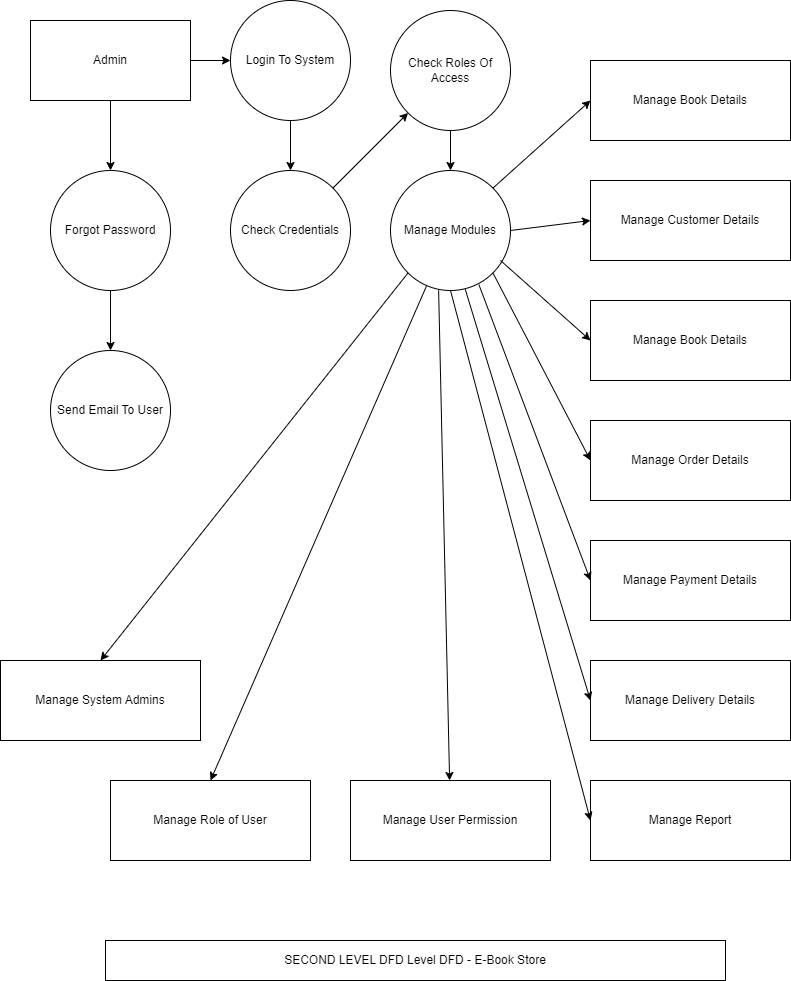
prathamjc/TY-project keeps this draw.io diagram as Diagrams/Second Level DFD.png. Above is the earlier version. Source tidied: cells renumbered, new cells last; positions are measured from the earlier drawing's top-left corner, leaving out a move shared by most shapes.
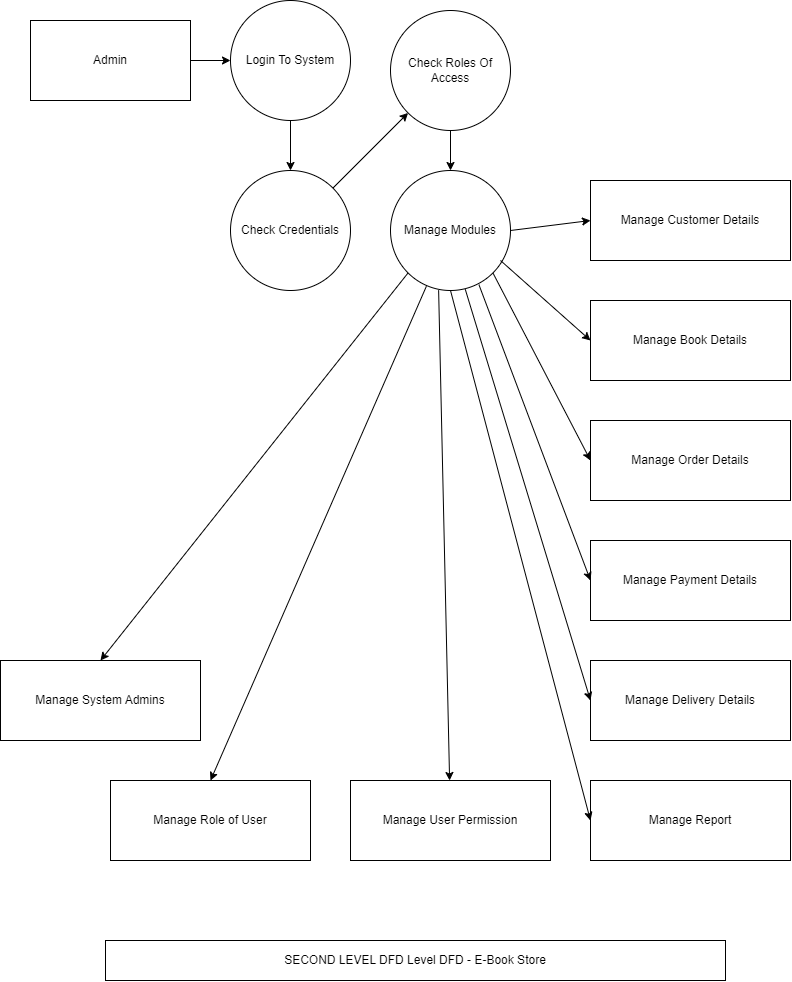
The same diagram one commit later.

The edit, as a diff of the source:
```diff
@@ -5,21 +5,9 @@
     <mxCell id="2" style="edgeStyle=orthogonalEdgeStyle;rounded=0;jettySize=auto;html=1;" parent="1" edge="1" source="4" target="9">
       <mxGeometry relative="1" as="geometry" />
     </mxCell>
-    <mxCell id="3" style="edgeStyle=orthogonalEdgeStyle;rounded=0;jettySize=auto;html=1;" parent="1" edge="1" source="4" target="6">
-      <mxGeometry relative="1" as="geometry" />
-    </mxCell>
     <mxCell id="4" value="Admin" style="rounded=0;whiteSpace=wrap;html=1;" parent="1" vertex="1">
       <mxGeometry x="30" y="20" width="160" height="80" as="geometry" />
     </mxCell>
-    <mxCell id="5" style="edgeStyle=orthogonalEdgeStyle;rounded=0;jettySize=auto;html=1;" parent="1" edge="1" source="6" target="7">
-      <mxGeometry relative="1" as="geometry" />
-    </mxCell>
-    <mxCell id="6" value="Forgot Password" style="ellipse;whiteSpace=wrap;html=1;" parent="1" vertex="1">
-      <mxGeometry x="50" y="170" width="120" height="120" as="geometry" />
-    </mxCell>
-    <mxCell id="7" value="Send Email To User" style="ellipse;whiteSpace=wrap;html=1;" parent="1" vertex="1">
-      <mxGeometry x="50" y="350" width="120" height="120" as="geometry" />
-    </mxCell>
     <mxCell id="8" style="edgeStyle=orthogonalEdgeStyle;rounded=0;jettySize=auto;html=1;" parent="1" edge="1" source="9" target="10">
       <mxGeometry relative="1" as="geometry" />
     </mxCell>
@@ -41,9 +29,6 @@
     <mxCell id="14" value="Manage Modules" style="ellipse;whiteSpace=wrap;html=1;" parent="1" vertex="1">
       <mxGeometry x="390" y="170" width="120" height="120" as="geometry" />
     </mxCell>
-    <mxCell id="15" value="Manage Book Details" style="rounded=0;whiteSpace=wrap;html=1;" parent="1" vertex="1">
-      <mxGeometry x="590" y="60" width="200" height="80" as="geometry" />
-    </mxCell>
     <mxCell id="16" value="Manage Customer Details" style="rounded=0;whiteSpace=wrap;html=1;" parent="1" vertex="1">
       <mxGeometry x="590" y="180" width="200" height="80" as="geometry" />
     </mxCell>
@@ -71,9 +56,6 @@
     <mxCell id="24" value="Manage System Admins" style="rounded=0;whiteSpace=wrap;html=1;" parent="1" vertex="1">
       <mxGeometry y="660" width="200" height="80" as="geometry" />
     </mxCell>
-    <mxCell id="25" style="endArrow=classic;html=1;rounded=0;entryX=0;entryY=0.5;entryDx=0;entryDy=0;exitX=1;exitY=0;exitDx=0;exitDy=0;" parent="1" edge="1" source="14" target="15">
-      <mxGeometry relative="1" as="geometry" />
-    </mxCell>
     <mxCell id="26" style="endArrow=classic;html=1;rounded=0;entryX=0;entryY=0.5;entryDx=0;entryDy=0;exitX=1;exitY=0.5;exitDx=0;exitDy=0;" parent="1" edge="1" source="14" target="16">
       <mxGeometry relative="1" as="geometry" />
     </mxCell>
```
